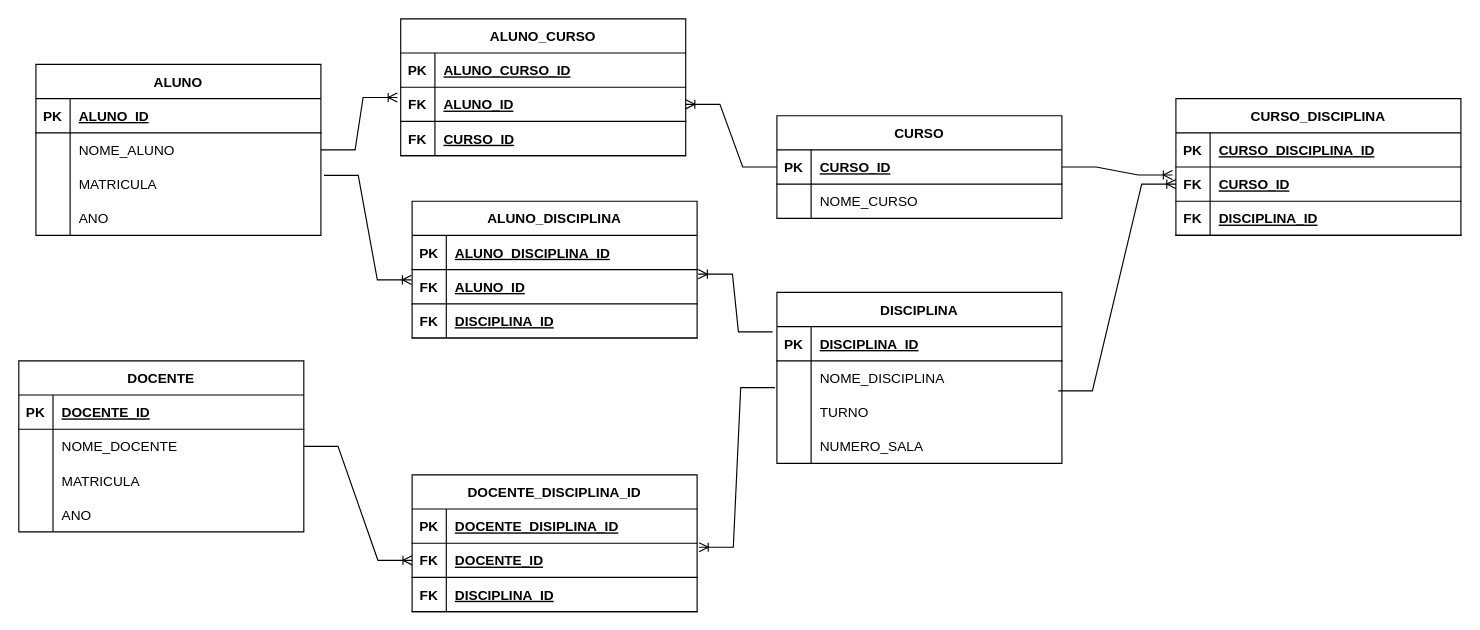
Above: diagrama/diagrama.drawio in JG-OLIVEIRA/sensedia-university (draw.io), before the change. Source tidied: cells renumbered, new cells numbered last; positions are measured from the earlier drawing's top-left corner, leaving out a move shared by most shapes. Both pictures are drawn from the tidied source at 114%, with x=0, y=0 at pixel (18, 18).
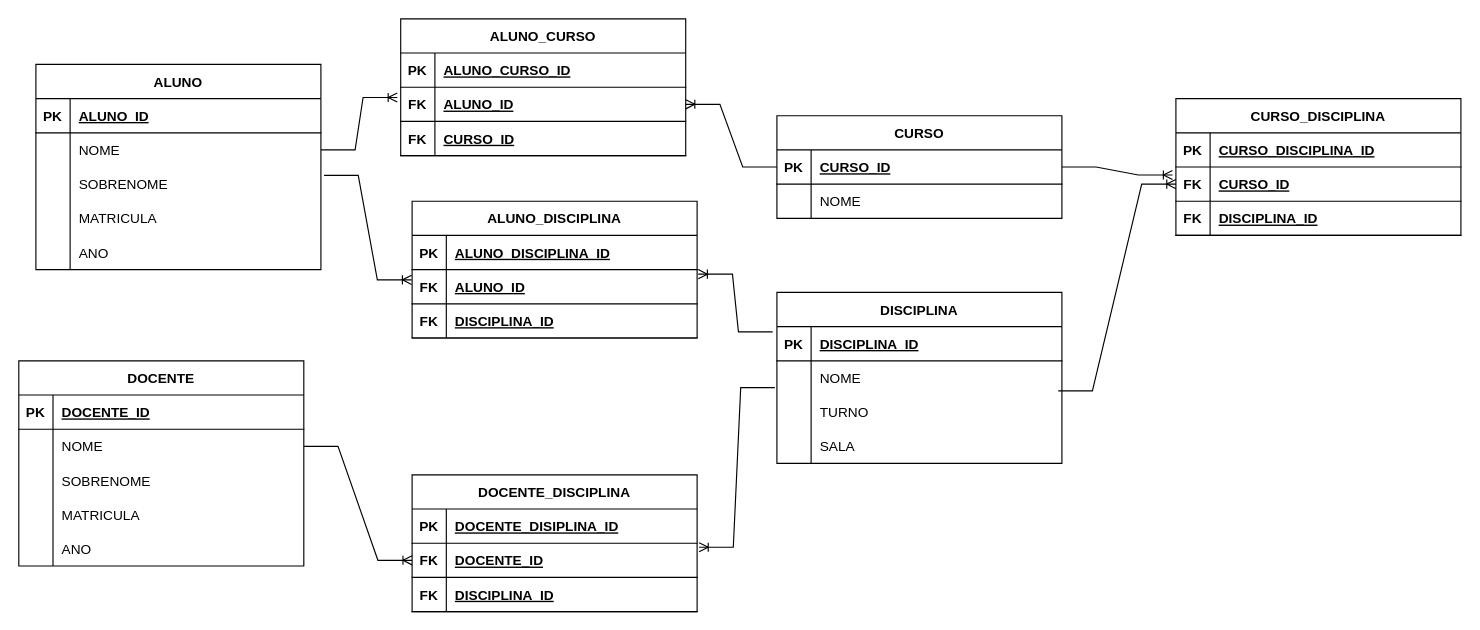
After the change.

Unchanged cells that the change refers to:
```xml
<mxCell id="6" style="shape=partialRectangle;fillColor=none;top=0;left=0;right=0;bottom=0;" parent="2" vertex="1">
  <mxGeometry y="60" width="250" height="30" as="geometry" />
</mxCell>
<mxCell id="13" style="shape=partialRectangle;fillColor=none;points=[[0,0.5],[1,0.5]];portConstraint=eastwest;top=0;left=0;right=0;bottom=0;" parent="9" vertex="1">
  <mxGeometry y="60" width="250" height="30" as="geometry" />
</mxCell>
<mxCell id="19" style="shape=partialRectangle;fillColor=none;top=0;left=0;right=0;bottom=0;" parent="9" vertex="1">
  <mxGeometry y="120" width="250" height="30" as="geometry" />
</mxCell>
<mxCell id="26" style="shape=partialRectangle;fillColor=none;points=[[0,0.5],[1,0.5]];portConstraint=eastwest;top=0;left=0;right=0;bottom=0;" parent="22" vertex="1">
  <mxGeometry y="60" width="250" height="30" as="geometry" />
</mxCell>
<mxCell id="29" style="shape=partialRectangle;fillColor=none;points=[[0,0.5],[1,0.5]];portConstraint=eastwest;top=0;left=0;right=0;bottom=0;" parent="22" vertex="1">
  <mxGeometry y="90" width="250" height="30" as="geometry" />
</mxCell>
<mxCell id="32" style="shape=partialRectangle;fillColor=none;top=0;left=0;right=0;bottom=0;" parent="22" vertex="1">
  <mxGeometry y="120" width="250" height="30" as="geometry" />
</mxCell>
<mxCell id="75" style="shape=partialRectangle;fillColor=none;points=[[0,0.5],[1,0.5]];portConstraint=eastwest;top=0;left=0;right=0;bottom=0;" parent="71" vertex="1">
  <mxGeometry y="60" width="250" height="30" as="geometry" />
</mxCell>
<mxCell id="78" style="shape=partialRectangle;fillColor=none;top=0;left=0;right=0;bottom=0;" parent="71" vertex="1">
  <mxGeometry y="90" width="250" height="30" as="geometry" />
</mxCell>
<mxCell id="81" style="shape=partialRectangle;fillColor=none;top=0;left=0;right=0;bottom=0;" parent="71" vertex="1">
  <mxGeometry y="120" width="250" height="30" as="geometry" />
</mxCell>
```

What changed in the source:
```diff
@@
-    <mxCell id="8" value="NOME_CURSO" style="shape=partialRectangle;overflow=hidden;fillColor=none;top=0;left=0;bottom=0;right=0;align=left;spacingLeft=6;" parent="6" vertex="1">
+    <mxCell id="8" value="NOME" style="shape=partialRectangle;overflow=hidden;fillColor=none;top=0;left=0;bottom=0;right=0;align=left;spacingLeft=6;" parent="6" vertex="1">
       <mxGeometry x="30" width="220" height="30" as="geometry" />
     </mxCell>
@@
-    <mxCell id="15" value="NOME_DISCIPLINA" style="shape=partialRectangle;overflow=hidden;fillColor=none;top=0;left=0;bottom=0;right=0;align=left;spacingLeft=6;" parent="13" vertex="1">
+    <mxCell id="15" value="NOME" style="shape=partialRectangle;overflow=hidden;fillColor=none;top=0;left=0;bottom=0;right=0;align=left;spacingLeft=6;" parent="13" vertex="1">
       <mxGeometry x="30" width="220" height="30" as="geometry" />
     </mxCell>
@@
-    <mxCell id="21" value="NUMERO_SALA" style="shape=partialRectangle;overflow=hidden;fillColor=none;top=0;left=0;bottom=0;right=0;align=left;spacingLeft=6;" parent="19" vertex="1">
+    <mxCell id="21" value="SALA" style="shape=partialRectangle;overflow=hidden;fillColor=none;top=0;left=0;bottom=0;right=0;align=left;spacingLeft=6;" parent="19" vertex="1">
       <mxGeometry x="30" width="220" height="30" as="geometry" />
     </mxCell>
     <mxCell id="22" value="ALUNO" style="shape=table;startSize=30;childLayout=tableLayout;rowLines=0;fontStyle=1;align=center;" parent="1" vertex="1">
-      <mxGeometry x="15" y="40" width="250" height="150" as="geometry" />
+      <mxGeometry x="15" y="40" width="250" height="180" as="geometry" />
     </mxCell>
@@
-    <mxCell id="28" value="NOME_ALUNO" style="shape=partialRectangle;overflow=hidden;fillColor=none;top=0;left=0;bottom=0;right=0;align=left;spacingLeft=6;" parent="26" vertex="1">
+    <mxCell id="28" value="NOME" style="shape=partialRectangle;overflow=hidden;fillColor=none;top=0;left=0;bottom=0;right=0;align=left;spacingLeft=6;" parent="26" vertex="1">
       <mxGeometry x="30" width="220" height="30" as="geometry" />
     </mxCell>
@@
-    <mxCell id="31" value="MATRICULA" style="shape=partialRectangle;overflow=hidden;fillColor=none;top=0;left=0;bottom=0;right=0;align=left;spacingLeft=6;" parent="29" vertex="1">
+    <mxCell id="31" value="SOBRENOME" style="shape=partialRectangle;overflow=hidden;fillColor=none;top=0;left=0;bottom=0;right=0;align=left;spacingLeft=6;" parent="29" vertex="1">
       <mxGeometry x="30" width="220" height="30" as="geometry" />
     </mxCell>
@@
-    <mxCell id="34" value="ANO" style="shape=partialRectangle;overflow=hidden;fillColor=none;top=0;left=0;bottom=0;right=0;align=left;spacingLeft=6;" parent="32" vertex="1">
+    <mxCell id="34" value="MATRICULA" style="shape=partialRectangle;overflow=hidden;fillColor=none;top=0;left=0;bottom=0;right=0;align=left;spacingLeft=6;" parent="32" vertex="1">
       <mxGeometry x="30" width="220" height="30" as="geometry" />
     </mxCell>
+    <mxCell id="96" style="shape=partialRectangle;fillColor=none;top=0;left=0;right=0;bottom=0;" parent="22" vertex="1">
+      <mxGeometry y="150" width="250" height="30" as="geometry" />
+    </mxCell>
+    <mxCell id="97" style="shape=partialRectangle;overflow=hidden;fillColor=none;top=0;left=0;bottom=0;right=0;" parent="96" vertex="1">
+      <mxGeometry width="30" height="30" as="geometry" />
+    </mxCell>
+    <mxCell id="98" value="ANO" style="shape=partialRectangle;overflow=hidden;fillColor=none;top=0;left=0;bottom=0;right=0;align=left;spacingLeft=6;" parent="96" vertex="1">
+      <mxGeometry x="30" width="220" height="30" as="geometry" />
+    </mxCell>
@@
     <mxCell id="71" value="DOCENTE" style="shape=table;startSize=30;childLayout=tableLayout;rowLines=0;fontStyle=1;align=center;" parent="1" vertex="1">
-      <mxGeometry y="300" width="250" height="150" as="geometry" />
+      <mxGeometry y="300" width="250" height="180" as="geometry" />
     </mxCell>
@@
-    <mxCell id="77" value="NOME_DOCENTE" style="shape=partialRectangle;overflow=hidden;fillColor=none;top=0;left=0;bottom=0;right=0;align=left;spacingLeft=6;" parent="75" vertex="1">
+    <mxCell id="77" value="NOME" style="shape=partialRectangle;overflow=hidden;fillColor=none;top=0;left=0;bottom=0;right=0;align=left;spacingLeft=6;" parent="75" vertex="1">
       <mxGeometry x="30" width="220" height="30" as="geometry" />
     </mxCell>
@@
-    <mxCell id="80" value="MATRICULA" style="shape=partialRectangle;overflow=hidden;fillColor=none;top=0;left=0;bottom=0;right=0;align=left;spacingLeft=6;" parent="78" vertex="1">
+    <mxCell id="80" value="SOBRENOME" style="shape=partialRectangle;overflow=hidden;fillColor=none;top=0;left=0;bottom=0;right=0;align=left;spacingLeft=6;" parent="78" vertex="1">
       <mxGeometry x="30" width="220" height="30" as="geometry" />
     </mxCell>
@@
-    <mxCell id="83" value="ANO" style="shape=partialRectangle;overflow=hidden;fillColor=none;top=0;left=0;bottom=0;right=0;align=left;spacingLeft=6;" parent="81" vertex="1">
+    <mxCell id="83" value="MATRICULA" style="shape=partialRectangle;overflow=hidden;fillColor=none;top=0;left=0;bottom=0;right=0;align=left;spacingLeft=6;" parent="81" vertex="1">
       <mxGeometry x="30" width="220" height="30" as="geometry" />
     </mxCell>
+    <mxCell id="99" style="shape=partialRectangle;fillColor=none;top=0;left=0;right=0;bottom=0;" parent="71" vertex="1">
+      <mxGeometry y="150" width="250" height="30" as="geometry" />
+    </mxCell>
+    <mxCell id="100" style="shape=partialRectangle;overflow=hidden;fillColor=none;top=0;left=0;bottom=0;right=0;" parent="99" vertex="1">
+      <mxGeometry width="30" height="30" as="geometry" />
+    </mxCell>
+    <mxCell id="101" value="ANO" style="shape=partialRectangle;overflow=hidden;fillColor=none;top=0;left=0;bottom=0;right=0;align=left;spacingLeft=6;" parent="99" vertex="1">
+      <mxGeometry x="30" width="220" height="30" as="geometry" />
+    </mxCell>
-    <mxCell id="84" value="DOCENTE_DISCIPLINA_ID" style="shape=table;startSize=30;childLayout=tableLayout;rowLines=0;fontStyle=1;align=center;" parent="1" vertex="1">
+    <mxCell id="84" value="DOCENTE_DISCIPLINA" style="shape=table;startSize=30;childLayout=tableLayout;rowLines=0;fontStyle=1;align=center;" parent="1" vertex="1">
       <mxGeometry x="345" y="400" width="250" height="120" as="geometry" />
     </mxCell>
```
